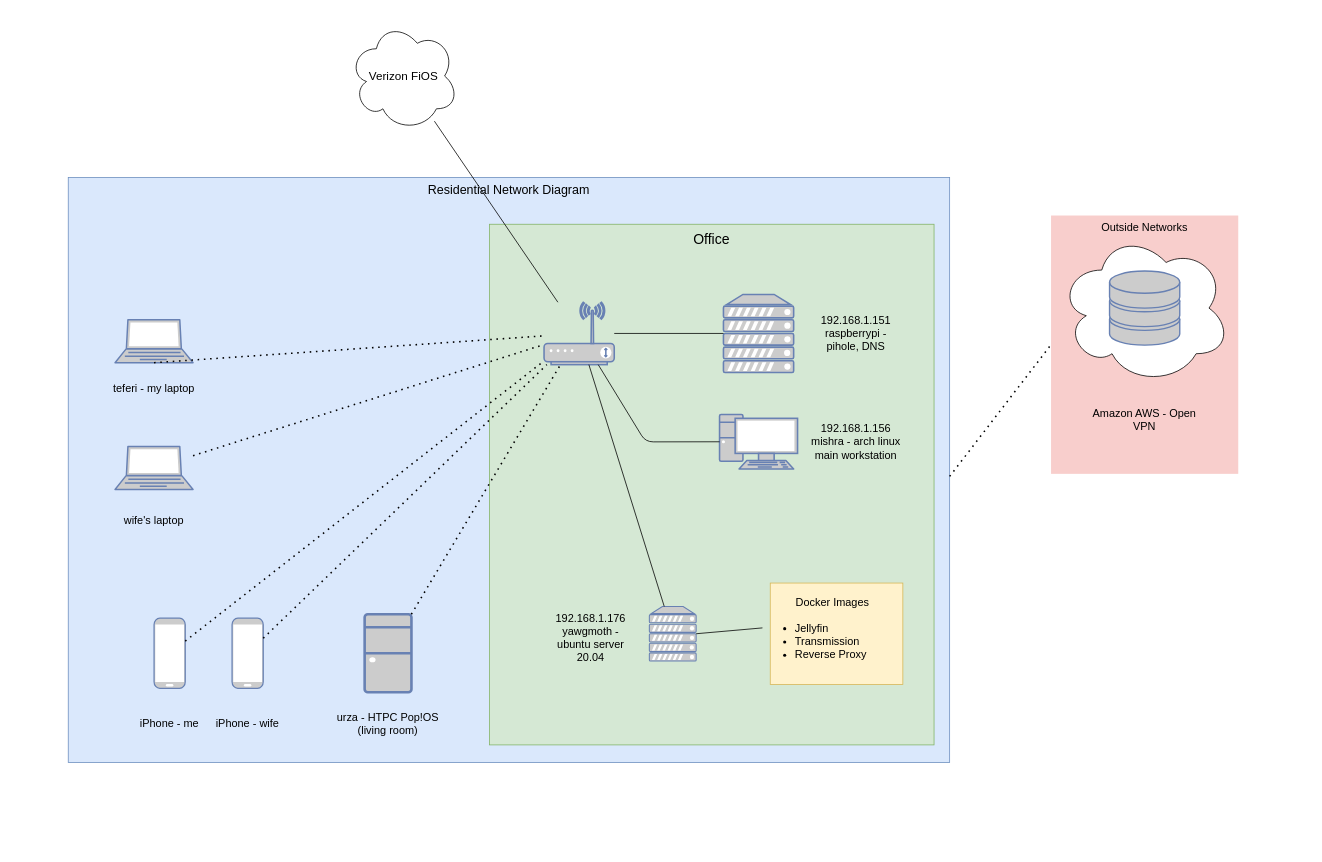
This is Untitled Diagram.drawio from Aezon22/main, a draw.io file, before an edit. Source tidied: cells renumbered, new cells numbered last; positions are measured from the earlier drawing's top-left corner, leaving out a move shared by most shapes. Both pictures are drawn from the tidied source at 78%, with x=0, y=0 at pixel (68, 21).
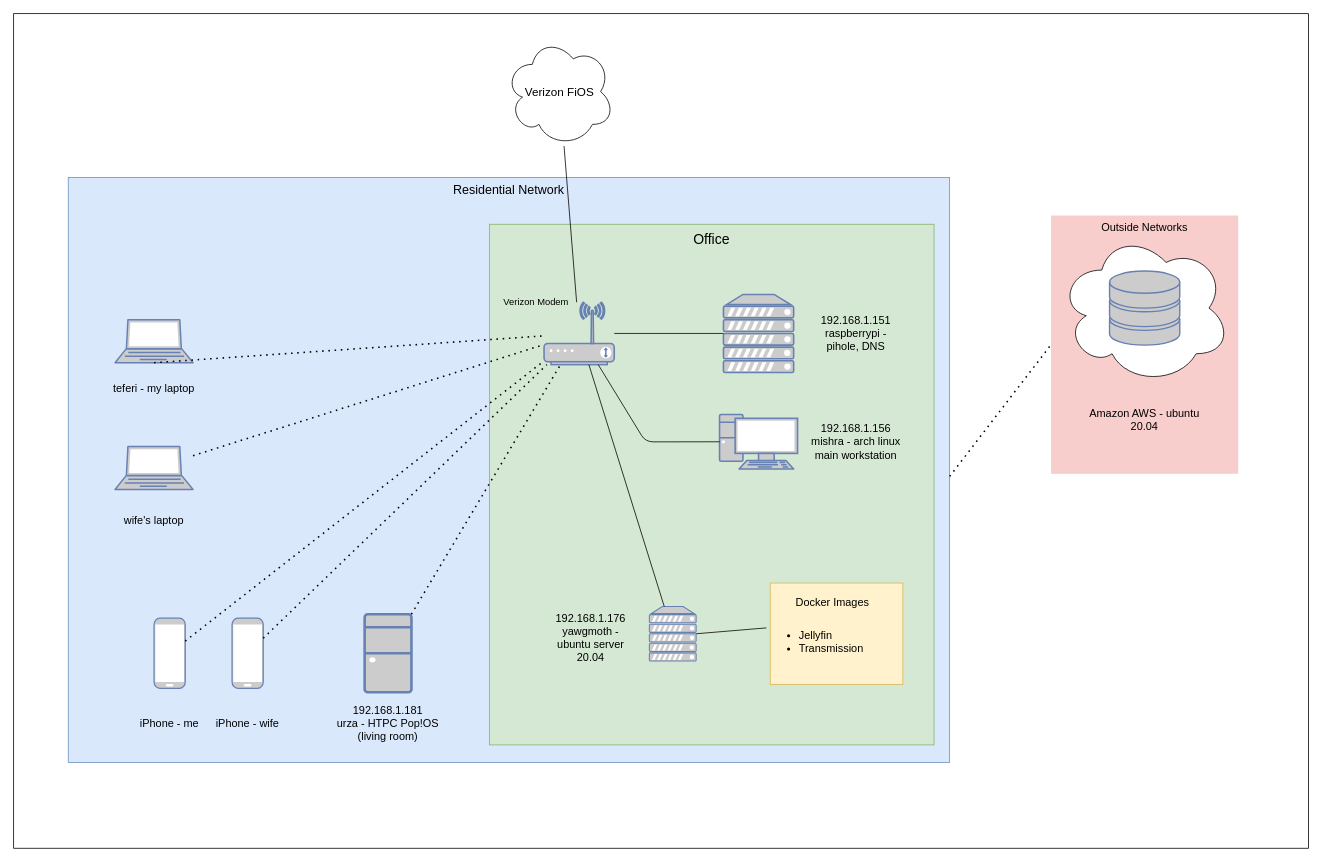
The same page after the edit.

The edit, as a diff of the source:
```diff
@@
+    <mxCell id="41" style="rounded=0;whiteSpace=wrap;html=1;" parent="1" vertex="1">
+      <mxGeometry x="-70" y="-10" width="1660" height="1070" as="geometry" />
+    </mxCell>
-    <mxCell id="2" value="Residential Network Diagram" style="whiteSpace=wrap;html=1;fillColor=#dae8fc;fontSize=16;strokeColor=#6c8ebf;verticalAlign=top;" parent="1" vertex="1">
+    <mxCell id="2" value="Residential Network " style="whiteSpace=wrap;html=1;fillColor=#dae8fc;fontSize=16;strokeColor=#6c8ebf;verticalAlign=top;" parent="1" vertex="1">
       <mxGeometry y="200" width="1130" height="750" as="geometry" />
     </mxCell>
@@
     <mxCell id="6" value="&lt;font style=&quot;font-size: 15px&quot;&gt;Verizon FiOS&lt;/font&gt;" style="ellipse;shape=cloud;whiteSpace=wrap;html=1;" parent="1" vertex="1">
-      <mxGeometry x="360" width="140" height="140" as="geometry" />
+      <mxGeometry x="560" y="20" width="140" height="140" as="geometry" />
     </mxCell>
@@
-    <mxCell id="28" value="urza - HTPC Pop!OS (living room)" style="text;html=1;strokeColor=none;fillColor=none;align=center;verticalAlign=middle;whiteSpace=wrap;rounded=0;fontSize=14;" parent="1" vertex="1">
+    <mxCell id="28" value="&lt;div&gt;192.168.1.181&lt;br&gt;&lt;/div&gt;&lt;div&gt;urza - HTPC Pop!OS (living room)&lt;/div&gt;" style="text;html=1;strokeColor=none;fillColor=none;align=center;verticalAlign=middle;whiteSpace=wrap;rounded=0;fontSize=14;" parent="1" vertex="1">
       <mxGeometry x="340" y="880" width="140" height="40" as="geometry" />
     </mxCell>
@@
-    <mxCell id="37" value="&lt;ul style=&quot;font-size: 14px;&quot;&gt;&lt;li style=&quot;font-size: 14px;&quot;&gt;Jellyfin&lt;/li&gt;&lt;li style=&quot;font-size: 14px;&quot;&gt;Transmission&lt;/li&gt;&lt;li style=&quot;font-size: 14px;&quot;&gt;Reverse Proxy&lt;br style=&quot;font-size: 14px;&quot;&gt;&lt;/li&gt;&lt;/ul&gt;" style="text;html=1;strokeColor=none;fillColor=none;align=left;verticalAlign=middle;whiteSpace=wrap;rounded=0;fontSize=14;" parent="1" vertex="1">
-      <mxGeometry x="890" y="760" width="180" height="70" as="geometry" />
+    <mxCell id="37" value="&lt;ul style=&quot;font-size: 14px&quot;&gt;&lt;li style=&quot;font-size: 14px&quot;&gt;Jellyfin&lt;/li&gt;&lt;li style=&quot;font-size: 14px&quot;&gt;Transmission&lt;/li&gt;&lt;/ul&gt;" style="text;html=1;strokeColor=none;fillColor=none;align=left;verticalAlign=middle;whiteSpace=wrap;rounded=0;fontSize=14;" parent="1" vertex="1">
+      <mxGeometry x="895" y="760" width="180" height="70" as="geometry" />
     </mxCell>
-    <mxCell id="38" value="Amazon AWS - Open VPN" style="text;html=1;strokeColor=none;fillColor=none;align=center;verticalAlign=middle;whiteSpace=wrap;rounded=0;fontSize=14;" parent="1" vertex="1">
+    <mxCell id="38" value="Amazon AWS - ubuntu 20.04" style="text;html=1;strokeColor=none;fillColor=none;align=center;verticalAlign=middle;whiteSpace=wrap;rounded=0;fontSize=14;" parent="1" vertex="1">
       <mxGeometry x="1300" y="490" width="160" height="40" as="geometry" />
     </mxCell>
@@
+    <mxCell id="42" value="Verizon Modem" style="text;html=1;strokeColor=none;fillColor=none;align=center;verticalAlign=middle;whiteSpace=wrap;rounded=0;" parent="1" vertex="1">
+      <mxGeometry x="540" y="350" width="120" height="20" as="geometry" />
+    </mxCell>
```
